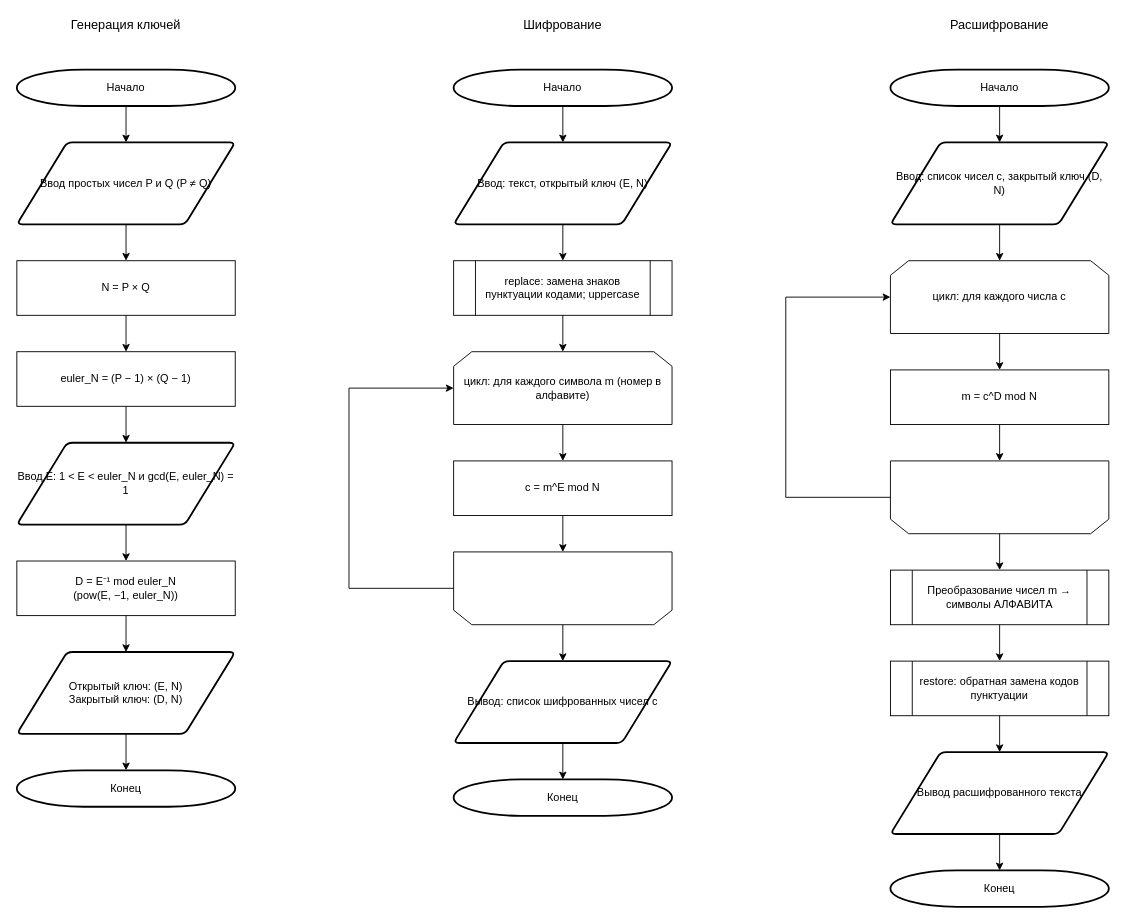
This is rsa_diagram.drawio from Laincetta/mospolytech-cryptography, a draw.io file, before an edit. Source tidied: cells renumbered, new cells numbered last; positions are measured from the earlier drawing's top-left corner, leaving out a move shared by most shapes. Both pictures are drawn from the tidied source at 91%, with x=0, y=0 at pixel (16, 15).
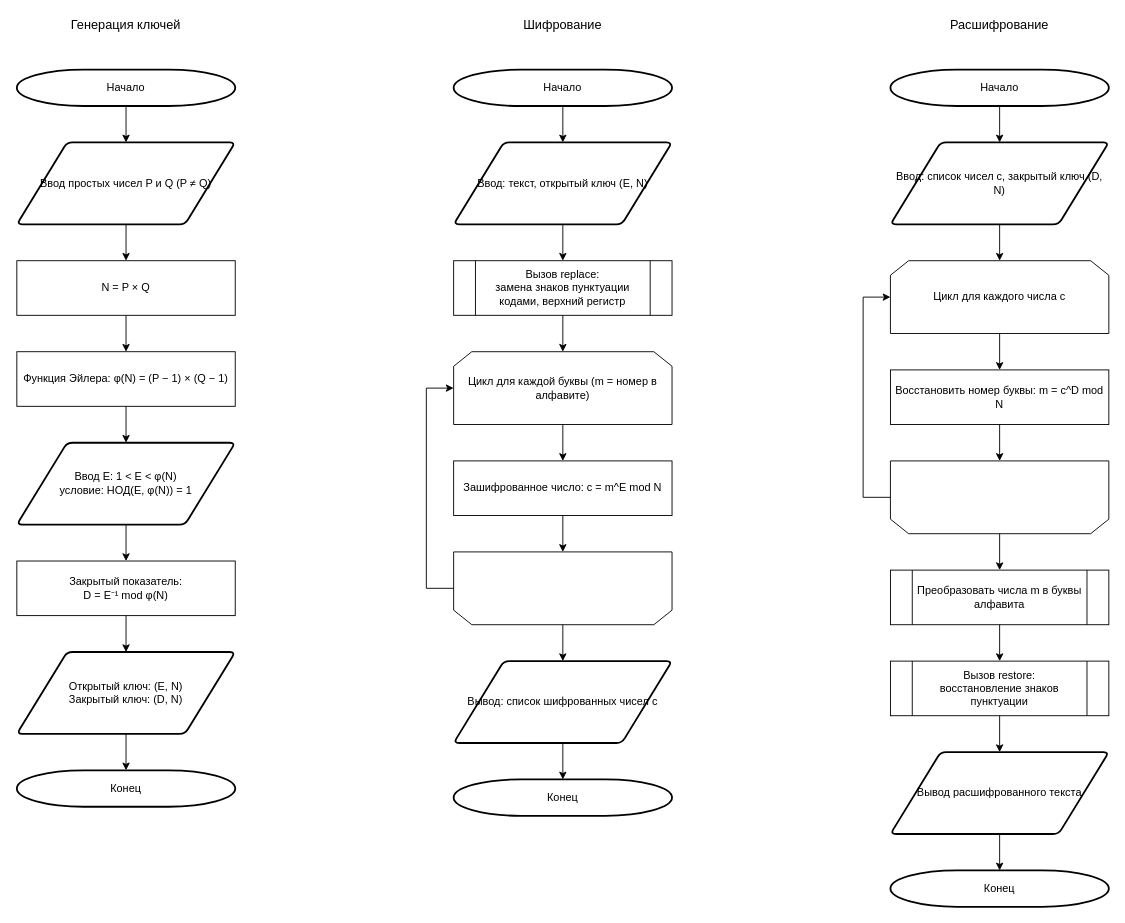
After the change.

Unchanged cells that the change refers to:
```xml
<mxCell id="25" style="text;html=1;whiteSpace=wrap;strokeColor=none;fillColor=none;opacity=0;" parent="1" vertex="1">
  <mxGeometry x="480" y="589" width="240" height="80" as="geometry" />
</mxCell>
<mxCell id="42" style="text;html=1;whiteSpace=wrap;strokeColor=none;fillColor=none;opacity=0;" parent="1" vertex="1">
  <mxGeometry x="960" y="489" width="240" height="80" as="geometry" />
</mxCell>
```

What changed in the source:
```diff
@@
-    <mxCell id="6" value="euler_N = (P − 1) × (Q − 1)" style="rounded=0;whiteSpace=wrap;html=1;" parent="1" vertex="1">
+    <mxCell id="6" value="Функция Эйлера: φ(N) = (P − 1) × (Q − 1)" style="rounded=0;whiteSpace=wrap;html=1;" parent="1" vertex="1">
       <mxGeometry y="369" width="240" height="60" as="geometry" />
     </mxCell>
-    <mxCell id="7" value="Ввод E: 1 &lt; E &lt; euler_N и gcd(E, euler_N) = 1" style="shape=parallelogram;html=1;strokeWidth=2;perimeter=parallelogramPerimeter;whiteSpace=wrap;rounded=1;arcSize=12;size=0.23;" parent="1" vertex="1">
+    <mxCell id="7" value="Ввод E: 1 &amp;lt; E &amp;lt; φ(N)&#10;условие: НОД(E, φ(N)) = 1" style="shape=parallelogram;html=1;strokeWidth=2;perimeter=parallelogramPerimeter;whiteSpace=wrap;rounded=1;arcSize=12;size=0.23;" parent="1" vertex="1">
       <mxGeometry y="469" width="240" height="90" as="geometry" />
     </mxCell>
-    <mxCell id="8" value="D = E⁻¹ mod euler_N&#10;(pow(E, −1, euler_N))" style="rounded=0;whiteSpace=wrap;html=1;" parent="1" vertex="1">
+    <mxCell id="8" value="Закрытый показатель:&#10;D = E⁻¹ mod φ(N)" style="rounded=0;whiteSpace=wrap;html=1;" parent="1" vertex="1">
       <mxGeometry y="599" width="240" height="60" as="geometry" />
     </mxCell>
@@
-    <mxCell id="21" value="replace: замена знаков пунктуации кодами; uppercase" style="shape=process;whiteSpace=wrap;html=1;backgroundOutline=1;" parent="1" vertex="1">
+    <mxCell id="21" value="Вызов replace:&#10;замена знаков пунктуации кодами, верхний регистр" style="shape=process;whiteSpace=wrap;html=1;backgroundOutline=1;" parent="1" vertex="1">
       <mxGeometry x="480" y="269" width="240" height="60" as="geometry" />
     </mxCell>
-    <mxCell id="22" value="цикл: для каждого символа m (номер в алфавите)" style="shape=loopLimit;whiteSpace=wrap;html=1;" parent="1" vertex="1">
+    <mxCell id="22" value="Цикл для каждой буквы (m = номер в алфавите)" style="shape=loopLimit;whiteSpace=wrap;html=1;" parent="1" vertex="1">
       <mxGeometry x="480" y="369" width="240" height="80" as="geometry" />
     </mxCell>
-    <mxCell id="23" value="c = m^E mod N" style="rounded=0;whiteSpace=wrap;html=1;" parent="1" vertex="1">
+    <mxCell id="23" value="Зашифрованное число: c = m^E mod N" style="rounded=0;whiteSpace=wrap;html=1;" parent="1" vertex="1">
       <mxGeometry x="480" y="489" width="240" height="60" as="geometry" />
     </mxCell>
@@
     <mxCell id="33" style="edgeStyle=orthogonalEdgeStyle;rounded=0;jettySize=auto;html=1;exitX=0;exitY=0.5;exitDx=0;exitDy=0;entryX=0;entryY=0.5;entryDx=0;entryDy=0;" parent="1" edge="1" source="25" target="22">
       <mxGeometry relative="1" as="geometry">
         <Array as="points">
-          <mxPoint x="365" y="629" />
-          <mxPoint x="365" y="409" />
+          <mxPoint x="450" y="629" />
+          <mxPoint x="450" y="409" />
         </Array>
       </mxGeometry>
     </mxCell>
@@
-    <mxCell id="39" value="цикл: для каждого числа c" style="shape=loopLimit;whiteSpace=wrap;html=1;" parent="1" vertex="1">
+    <mxCell id="39" value="Цикл для каждого числа c" style="shape=loopLimit;whiteSpace=wrap;html=1;" parent="1" vertex="1">
       <mxGeometry x="960" y="269" width="240" height="80" as="geometry" />
     </mxCell>
-    <mxCell id="40" value="m = c^D mod N" style="rounded=0;whiteSpace=wrap;html=1;" parent="1" vertex="1">
+    <mxCell id="40" value="Восстановить номер буквы: m = c^D mod N" style="rounded=0;whiteSpace=wrap;html=1;" parent="1" vertex="1">
       <mxGeometry x="960" y="389" width="240" height="60" as="geometry" />
     </mxCell>
@@
-    <mxCell id="43" value="Преобразование чисел m → символы АЛФАВИТА" style="shape=process;whiteSpace=wrap;html=1;backgroundOutline=1;" parent="1" vertex="1">
+    <mxCell id="43" value="Преобразовать числа m в буквы алфавита" style="shape=process;whiteSpace=wrap;html=1;backgroundOutline=1;" parent="1" vertex="1">
       <mxGeometry x="960" y="609" width="240" height="60" as="geometry" />
     </mxCell>
-    <mxCell id="44" value="restore: обратная замена кодов пунктуации" style="shape=process;whiteSpace=wrap;html=1;backgroundOutline=1;" parent="1" vertex="1">
+    <mxCell id="44" value="Вызов restore:&#10;восстановление знаков пунктуации" style="shape=process;whiteSpace=wrap;html=1;backgroundOutline=1;" parent="1" vertex="1">
       <mxGeometry x="960" y="709" width="240" height="60" as="geometry" />
     </mxCell>
@@
     <mxCell id="51" style="edgeStyle=orthogonalEdgeStyle;rounded=0;jettySize=auto;html=1;exitX=0;exitY=0.5;exitDx=0;exitDy=0;entryX=0;entryY=0.5;entryDx=0;entryDy=0;" parent="1" edge="1" source="42" target="39">
       <mxGeometry relative="1" as="geometry">
         <Array as="points">
-          <mxPoint x="845" y="529" />
-          <mxPoint x="845" y="309" />
+          <mxPoint x="930" y="529" />
+          <mxPoint x="930" y="309" />
         </Array>
       </mxGeometry>
     </mxCell>
```
